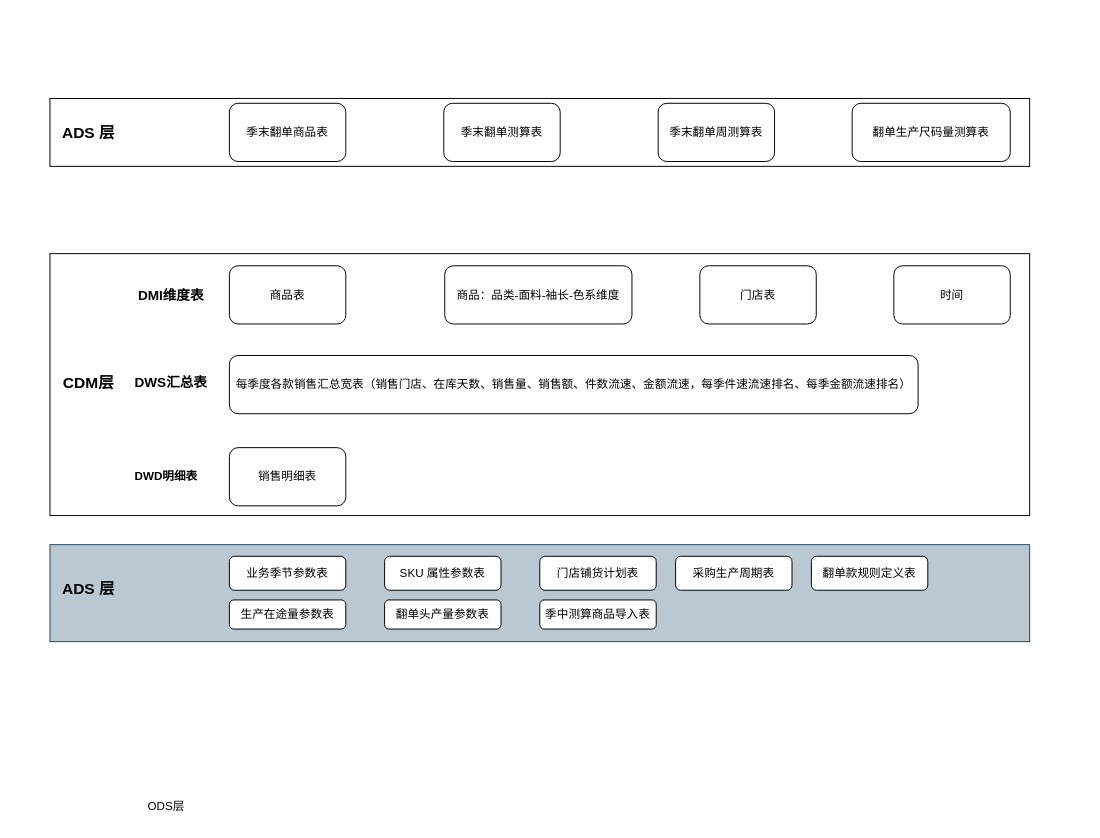
The draw.io diagram 数仓开发架构.drawio in leonhard1Q84/leonhard1Q84.github.io, before the edit. Source tidied: cells renumbered, new cells numbered last; positions are measured from the earlier drawing's top-left corner, leaving out a move shared by most shapes. Both pictures are drawn from the tidied source at 97%, with x=0, y=0 at pixel (49, 98).
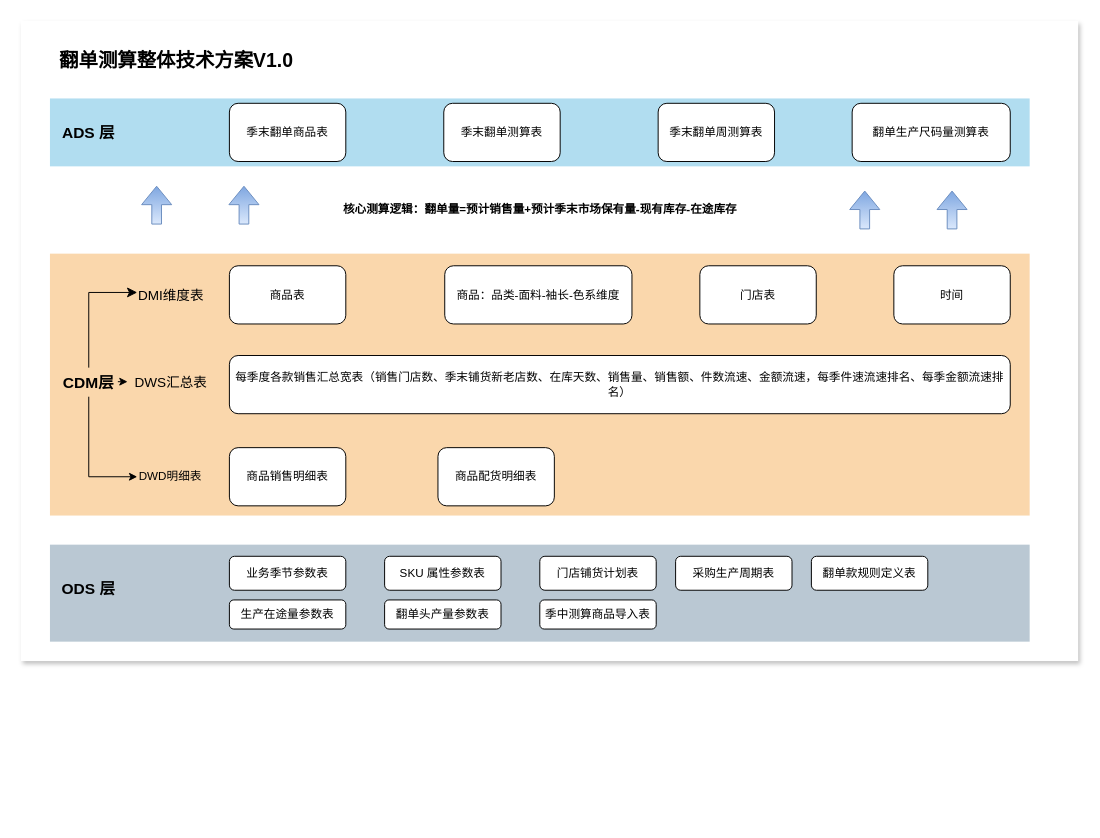
The same diagram, later.

Commit message (it also covers changes not shown here):
更新数仓开发架构.drawio

Unchanged cells that the change refers to:
```xml
<mxCell id="10" value="CDM层" style="text;html=1;align=center;verticalAlign=middle;whiteSpace=wrap;rounded=0;fontSize=16;fontStyle=1;" parent="1" vertex="1">
  <mxGeometry x="10" y="277.5" width="60" height="30" as="geometry" />
</mxCell>
```

Change to the diagram source:
```diff
@@
-    <mxCell id="2" value="ODS层" style="text;html=1;align=center;verticalAlign=middle;whiteSpace=wrap;rounded=0;" parent="1" vertex="1">
-      <mxGeometry x="90" y="715" width="60" height="30" as="geometry" />
-    </mxCell>
-    <mxCell id="3" style="rounded=0;whiteSpace=wrap;html=1;" parent="1" vertex="1">
-      <mxGeometry width="1010" height="70" as="geometry" />
-    </mxCell>
-    <mxCell id="4" value="ADS 层" style="text;html=1;align=center;verticalAlign=middle;whiteSpace=wrap;rounded=0;fontSize=16;fontStyle=1;" parent="1" vertex="1">
-      <mxGeometry x="10" y="20" width="60" height="30" as="geometry" />
-    </mxCell>
+    <mxCell id="30" style="rounded=0;whiteSpace=wrap;html=1;strokeColor=none;shadow=1;textShadow=1;" parent="1" vertex="1">
+      <mxGeometry x="-30" y="-80" width="1090" height="660" as="geometry" />
+    </mxCell>
+    <mxCell id="31" style="rounded=0;whiteSpace=wrap;html=1;fillColor=#b1ddf0;strokeColor=none;" parent="1" vertex="1">
+      <mxGeometry width="1010" height="70" as="geometry" />
+    </mxCell>
+    <mxCell id="32" value="ADS 层" style="text;html=1;align=center;verticalAlign=middle;whiteSpace=wrap;rounded=0;fontSize=16;fontStyle=1;" parent="1" vertex="1">
+      <mxGeometry x="10" y="20" width="60" height="30" as="geometry" />
+    </mxCell>
@@
-    <mxCell id="9" style="rounded=0;whiteSpace=wrap;html=1;" parent="1" vertex="1">
-      <mxGeometry y="160" width="1010" height="270" as="geometry" />
-    </mxCell>
+    <mxCell id="33" style="rounded=0;whiteSpace=wrap;html=1;fillColor=#fad7ac;strokeColor=none;" parent="1" vertex="1">
+      <mxGeometry y="160" width="1010" height="270" as="geometry" />
+    </mxCell>
+    <mxCell id="34" style="edgeStyle=orthogonalEdgeStyle;rounded=0;jettySize=auto;html=1;entryX=0;entryY=0.5;entryDx=0;entryDy=0;exitX=0.5;exitY=1;exitDx=0;exitDy=0;" parent="1" edge="1" source="10" target="17">
+      <mxGeometry relative="1" as="geometry" />
+    </mxCell>
@@
-    <mxCell id="11" value="DMI维度表" style="text;html=1;align=center;verticalAlign=middle;whiteSpace=wrap;rounded=0;fontSize=14;fontStyle=1;" parent="1" vertex="1">
+    <mxCell id="11" value="DMI维度表" style="text;html=1;align=center;verticalAlign=middle;whiteSpace=wrap;rounded=0;fontSize=14;fontStyle=0;" parent="1" vertex="1">
       <mxGeometry x="90" y="187.5" width="70" height="30" as="geometry" />
     </mxCell>
@@
-    <mxCell id="15" value="DWS汇总表" style="text;html=1;align=center;verticalAlign=middle;whiteSpace=wrap;rounded=0;fontSize=14;fontStyle=1;" parent="1" vertex="1">
+    <mxCell id="15" value="DWS汇总表" style="text;html=1;align=center;verticalAlign=middle;whiteSpace=wrap;rounded=0;fontSize=14;fontStyle=0;" parent="1" vertex="1">
       <mxGeometry x="60" y="277.5" width="130" height="30" as="geometry" />
     </mxCell>
-    <mxCell id="16" value="每季度各款销售汇总宽表（销售门店、在库天数、销售量、销售额、件数流速、金额流速，每季件速流速排名、每季金额流速排名）" style="rounded=1;whiteSpace=wrap;html=1;" parent="1" vertex="1">
-      <mxGeometry x="185" y="265" width="710" height="60" as="geometry" />
-    </mxCell>
+    <mxCell id="35" value="每季度各款销售汇总宽表（销售门店数、季末铺货新老店数、在库天数、销售量、销售额、件数流速、金额流速，每季件速流速排名、每季金额流速排名）" style="rounded=1;whiteSpace=wrap;html=1;" parent="1" vertex="1">
+      <mxGeometry x="185" y="265" width="805" height="60" as="geometry" />
+    </mxCell>
-    <mxCell id="17" value="DWD明细表" style="text;html=1;align=center;verticalAlign=middle;whiteSpace=wrap;rounded=0;fontStyle=1;" parent="1" vertex="1">
-      <mxGeometry x="55" y="375" width="130" height="30" as="geometry" />
+    <mxCell id="17" value="DWD明细表" style="text;html=1;align=left;verticalAlign=middle;whiteSpace=wrap;rounded=0;fontStyle=0;" parent="1" vertex="1">
+      <mxGeometry x="90" y="375" width="100" height="30" as="geometry" />
     </mxCell>
-    <mxCell id="18" value="销售明细表" style="rounded=1;whiteSpace=wrap;html=1;" parent="1" vertex="1">
-      <mxGeometry x="185" y="360" width="120" height="60" as="geometry" />
-    </mxCell>
+    <mxCell id="36" value="商品销售明细表" style="rounded=1;whiteSpace=wrap;html=1;" parent="1" vertex="1">
+      <mxGeometry x="185" y="360" width="120" height="60" as="geometry" />
+    </mxCell>
@@
-    <mxCell id="20" style="rounded=0;whiteSpace=wrap;html=1;fillColor=#bac8d3;strokeColor=#23445d;" parent="1" vertex="1">
-      <mxGeometry y="460" width="1010" height="100" as="geometry" />
-    </mxCell>
-    <mxCell id="21" value="ADS 层" style="text;html=1;align=center;verticalAlign=middle;whiteSpace=wrap;rounded=0;fontSize=16;fontStyle=1;" parent="1" vertex="1">
-      <mxGeometry x="10" y="490" width="60" height="30" as="geometry" />
-    </mxCell>
+    <mxCell id="37" style="rounded=0;whiteSpace=wrap;html=1;fillColor=#bac8d3;strokeColor=none;" parent="1" vertex="1">
+      <mxGeometry y="460" width="1010" height="100" as="geometry" />
+    </mxCell>
+    <mxCell id="38" value="ODS 层" style="text;html=1;align=center;verticalAlign=middle;whiteSpace=wrap;rounded=0;fontSize=16;fontStyle=1;" parent="1" vertex="1">
+      <mxGeometry x="10" y="490" width="60" height="30" as="geometry" />
+    </mxCell>
@@
+    <mxCell id="39" style="edgeStyle=elbowEdgeStyle;elbow=vertical;endArrow=classic;html=1;curved=0;rounded=0;endSize=8;startSize=8;exitX=0.5;exitY=0;exitDx=0;exitDy=0;" parent="1" edge="1" source="10">
+      <mxGeometry relative="1" as="geometry">
+        <mxPoint x="90" y="200" as="targetPoint" />
+        <Array as="points">
+          <mxPoint x="70" y="200" />
+        </Array>
+      </mxGeometry>
+    </mxCell>
+    <mxCell id="40" style="endArrow=classic;html=1;rounded=0;" parent="1" edge="1">
+      <mxGeometry relative="1" as="geometry">
+        <mxPoint x="70" y="292" as="sourcePoint" />
+        <mxPoint x="80" y="292" as="targetPoint" />
+      </mxGeometry>
+    </mxCell>
+    <mxCell id="41" value="核心测算逻辑：翻单量=预计销售量+预计季末市场保有量-现有库存-在途库存" style="text;html=1;align=center;verticalAlign=middle;strokeColor=none;fillColor=none;fontStyle=1;" parent="1" vertex="1">
+      <mxGeometry x="290" y="100" width="430" height="30" as="geometry" />
+    </mxCell>
+    <mxCell id="42" style="shape=flexArrow;endArrow=classic;html=1;rounded=0;fillColor=#dae8fc;strokeColor=#6c8ebf;gradientColor=#7ea6e0;gradientDirection=north;" parent="1" edge="1">
+      <mxGeometry relative="1" as="geometry">
+        <mxPoint x="110" y="130" as="sourcePoint" />
+        <mxPoint x="110" y="90" as="targetPoint" />
+      </mxGeometry>
+    </mxCell>
+    <mxCell id="43" style="shape=flexArrow;endArrow=classic;html=1;rounded=0;fillColor=#dae8fc;strokeColor=#6c8ebf;gradientColor=#7ea6e0;gradientDirection=north;" parent="1" edge="1">
+      <mxGeometry relative="1" as="geometry">
+        <mxPoint x="200" y="130" as="sourcePoint" />
+        <mxPoint x="200" y="90" as="targetPoint" />
+      </mxGeometry>
+    </mxCell>
+    <mxCell id="44" style="shape=flexArrow;endArrow=classic;html=1;rounded=0;fillColor=#dae8fc;strokeColor=#6c8ebf;gradientColor=#7ea6e0;gradientDirection=north;" parent="1" edge="1">
+      <mxGeometry relative="1" as="geometry">
+        <mxPoint x="840" y="135" as="sourcePoint" />
+        <mxPoint x="840" y="95" as="targetPoint" />
+      </mxGeometry>
+    </mxCell>
+    <mxCell id="45" style="shape=flexArrow;endArrow=classic;html=1;rounded=0;fillColor=#dae8fc;strokeColor=#6c8ebf;gradientColor=#7ea6e0;gradientDirection=north;" parent="1" edge="1">
+      <mxGeometry relative="1" as="geometry">
+        <mxPoint x="930" y="135" as="sourcePoint" />
+        <mxPoint x="930" y="95" as="targetPoint" />
+      </mxGeometry>
+    </mxCell>
+    <mxCell id="46" value="翻单测算整体技术方案V1.0" style="text;html=1;align=center;verticalAlign=middle;strokeColor=none;fillColor=none;fontSize=20;fontStyle=1;" parent="1" vertex="1">
+      <mxGeometry y="-60" width="260" height="40" as="geometry" />
+    </mxCell>
+    <mxCell id="47" value="商品配货明细表" style="rounded=1;whiteSpace=wrap;html=1;" parent="1" vertex="1">
+      <mxGeometry x="400" y="360" width="120" height="60" as="geometry" />
+    </mxCell>
```
